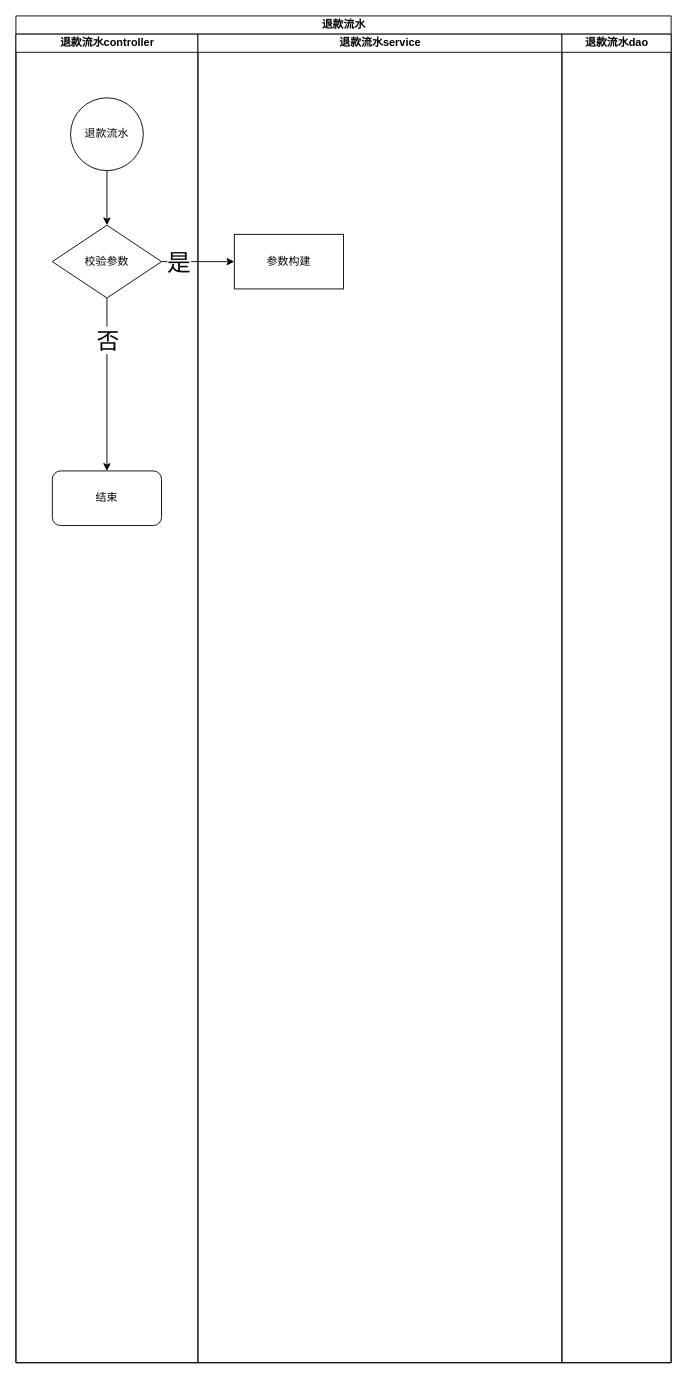
This is 退款流水泳道图.drawio from chensenbao/drawio-folder, a draw.io file, before an edit. Source tidied: cells renumbered, new cells numbered last; positions are measured from the earlier drawing's top-left corner, leaving out a move shared by most shapes. Both pictures are drawn from the tidied source at 91%, with x=0, y=0 at pixel (15, 15).
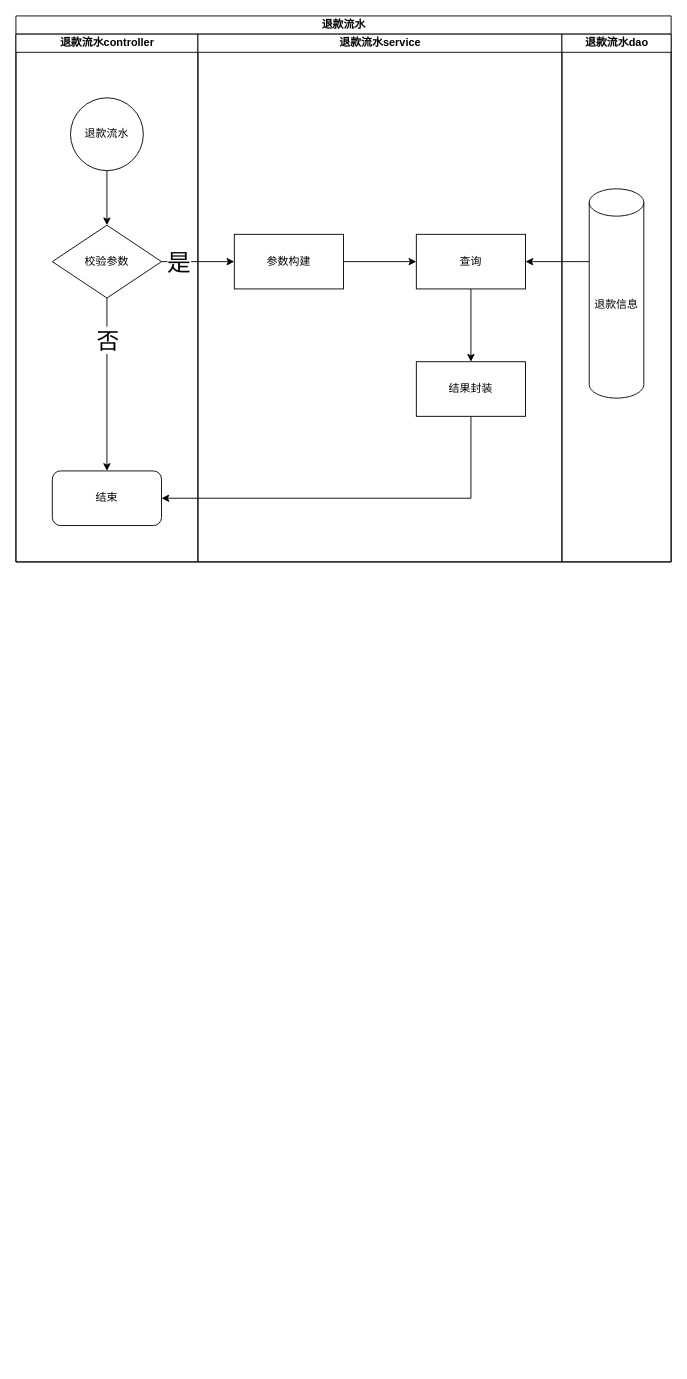
The same page after the edit.

Commit message (it also covers changes not shown here):
更新退款流水泳道图.drawio

The change refers to these unchanged cells:
```xml
<mxCell id="9" value="结束" style="rounded=1;whiteSpace=wrap;html=1;" parent="3" vertex="1">
  <mxGeometry x="40" y="480" width="120" height="60" as="geometry" />
</mxCell>
<mxCell id="11" value="参数构建" style="rounded=0;whiteSpace=wrap;html=1;" parent="10" vertex="1">
  <mxGeometry x="40" y="220" width="120" height="60" as="geometry" />
</mxCell>
```

Diff of the diagram source:
```diff
@@
     <mxCell id="2" value="退款流水" style="swimlane;startSize=20;html=1;" parent="1" vertex="1">
-      <mxGeometry width="720" height="1480" as="geometry" />
+      <mxGeometry width="720" height="600" as="geometry" />
     </mxCell>
     <mxCell id="3" value="退款流水controller" style="swimlane;startSize=20;html=1;" parent="2" vertex="1">
-      <mxGeometry y="20" width="200" height="1460" as="geometry" />
+      <mxGeometry y="20" width="200" height="580" as="geometry" />
     </mxCell>
@@
     <mxCell id="10" value="退款流水service" style="swimlane;startSize=20;html=1;" parent="2" vertex="1">
-      <mxGeometry x="200" y="20" width="400" height="1460" as="geometry" />
+      <mxGeometry x="200" y="20" width="400" height="580" as="geometry" />
     </mxCell>
+    <mxCell id="15" style="edgeStyle=orthogonalEdgeStyle;rounded=0;jettySize=auto;html=1;" parent="10" edge="1" source="11" target="17">
+      <mxGeometry relative="1" as="geometry" />
+    </mxCell>
@@
+    <mxCell id="16" style="edgeStyle=orthogonalEdgeStyle;rounded=0;jettySize=auto;html=1;" parent="10" edge="1" source="17" target="18">
+      <mxGeometry relative="1" as="geometry" />
+    </mxCell>
+    <mxCell id="17" value="查询" style="whiteSpace=wrap;html=1;rounded=0;" parent="10" vertex="1">
+      <mxGeometry x="240" y="220" width="120" height="60" as="geometry" />
+    </mxCell>
+    <mxCell id="18" value="结果封装" style="whiteSpace=wrap;html=1;rounded=0;" parent="10" vertex="1">
+      <mxGeometry x="240" y="360" width="120" height="60" as="geometry" />
+    </mxCell>
     <mxCell id="12" value="退款流水dao" style="swimlane;startSize=20;html=1;" parent="2" vertex="1">
-      <mxGeometry x="600" y="20" width="120" height="1460" as="geometry" />
+      <mxGeometry x="600" y="20" width="120" height="580" as="geometry" />
     </mxCell>
+    <mxCell id="19" value="退款信息" style="shape=cylinder3;whiteSpace=wrap;html=1;boundedLbl=1;backgroundOutline=1;size=15;" parent="12" vertex="1">
+      <mxGeometry x="30" y="170" width="60" height="230" as="geometry" />
+    </mxCell>
@@
+    <mxCell id="20" style="edgeStyle=orthogonalEdgeStyle;rounded=0;jettySize=auto;html=1;entryX=1;entryY=0.5;entryDx=0;entryDy=0;" parent="2" edge="1" source="19" target="17">
+      <mxGeometry relative="1" as="geometry">
+        <Array as="points">
+          <mxPoint x="620" y="270" />
+          <mxPoint x="620" y="270" />
+        </Array>
+      </mxGeometry>
+    </mxCell>
+    <mxCell id="21" style="edgeStyle=orthogonalEdgeStyle;rounded=0;jettySize=auto;html=1;exitX=0.5;exitY=1;exitDx=0;exitDy=0;" parent="2" edge="1" source="18" target="9">
+      <mxGeometry relative="1" as="geometry">
+        <Array as="points">
+          <mxPoint x="500" y="530" />
+        </Array>
+      </mxGeometry>
+    </mxCell>
```
